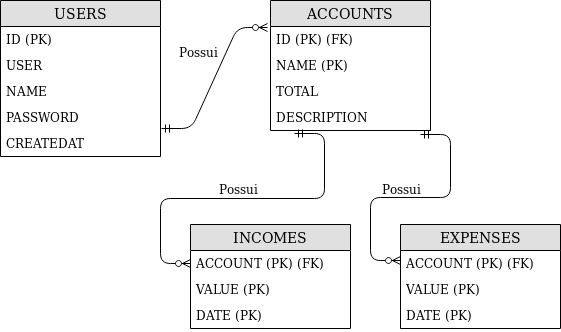
Above: MER/nodeBillsMER.png in Mateusmsouza/NodeBills (draw.io), before the change. Source tidied: cells renumbered, new cells last; positions are measured from the earlier drawing's top-left corner, leaving out a move shared by most shapes. Its diagram source:
```xml
<mxGraphModel>
  <root>
    <mxCell id="0" />
    <mxCell id="1" parent="0" />
    <mxCell id="2" value="USERS" style="swimlane;fontStyle=0;horizontal=1;startSize=26;fillColor=#e0e0e0;swimlaneFillColor=#ffffff;align=center;fontSize=14;" parent="1" vertex="1">
      <mxGeometry width="160" height="156" as="geometry" />
    </mxCell>
    <mxCell id="3" value="ID (PK)" style="text;strokeColor=none;fillColor=none;spacingLeft=4;spacingRight=4;overflow=hidden;fontSize=12;" parent="2" vertex="1">
      <mxGeometry y="26" width="160" height="26" as="geometry" />
    </mxCell>
    <mxCell id="4" value="USER" style="text;strokeColor=none;fillColor=none;spacingLeft=4;spacingRight=4;overflow=hidden;fontSize=12;" parent="2" vertex="1">
      <mxGeometry y="52" width="160" height="26" as="geometry" />
    </mxCell>
    <mxCell id="5" value="NAME" style="text;strokeColor=none;fillColor=none;spacingLeft=4;spacingRight=4;overflow=hidden;fontSize=12;" parent="2" vertex="1">
      <mxGeometry y="78" width="160" height="26" as="geometry" />
    </mxCell>
    <mxCell id="6" value="PASSWORD" style="text;strokeColor=none;fillColor=none;spacingLeft=4;spacingRight=4;overflow=hidden;points=[[0,0.5],[1,0.5]];portConstraint=eastwest;fontSize=12;" parent="2" vertex="1">
      <mxGeometry y="104" width="160" height="26" as="geometry" />
    </mxCell>
    <mxCell id="7" value="CREATEDAT" style="text;strokeColor=none;fillColor=none;spacingLeft=4;spacingRight=4;overflow=hidden;fontSize=12;" parent="2" vertex="1">
      <mxGeometry y="130" width="160" height="26" as="geometry" />
    </mxCell>
    <mxCell id="8" value="ACCOUNTS" style="swimlane;fontStyle=0;horizontal=1;startSize=26;fillColor=#e0e0e0;swimlaneFillColor=#ffffff;align=center;fontSize=14;" parent="1" vertex="1">
      <mxGeometry x="270" width="160" height="130" as="geometry" />
    </mxCell>
    <mxCell id="9" value="ID (PK) (FK)" style="text;strokeColor=none;fillColor=none;spacingLeft=4;spacingRight=4;overflow=hidden;points=[[0,0.5],[1,0.5]];portConstraint=eastwest;fontSize=12;" parent="8" vertex="1">
      <mxGeometry y="26" width="160" height="26" as="geometry" />
    </mxCell>
    <mxCell id="10" value="NAME (PK)" style="text;strokeColor=none;fillColor=none;spacingLeft=4;spacingRight=4;overflow=hidden;fontSize=12;" parent="8" vertex="1">
      <mxGeometry y="52" width="160" height="26" as="geometry" />
    </mxCell>
    <mxCell id="11" value="TOTAL" style="text;strokeColor=none;fillColor=none;spacingLeft=4;spacingRight=4;overflow=hidden;points=[[0,0.5],[1,0.5]];portConstraint=eastwest;fontSize=12;" parent="8" vertex="1">
      <mxGeometry y="78" width="160" height="26" as="geometry" />
    </mxCell>
    <mxCell id="12" value="DESCRIPTION" style="text;strokeColor=none;fillColor=none;spacingLeft=4;spacingRight=4;overflow=hidden;points=[[0,0.5],[1,0.5]];portConstraint=eastwest;fontSize=12;" parent="8" vertex="1">
      <mxGeometry y="104" width="160" height="26" as="geometry" />
    </mxCell>
    <mxCell id="13" value="INCOMES" style="swimlane;fontStyle=0;horizontal=1;startSize=26;fillColor=#e0e0e0;swimlaneFillColor=#ffffff;align=center;fontSize=14;" parent="1" vertex="1">
      <mxGeometry x="190" y="224" width="160" height="104" as="geometry" />
    </mxCell>
    <mxCell id="14" value="ACCOUNT (PK) (FK)" style="text;strokeColor=none;fillColor=none;spacingLeft=4;spacingRight=4;overflow=hidden;points=[[0,0.5],[1,0.5]];portConstraint=eastwest;fontSize=12;" parent="13" vertex="1">
      <mxGeometry y="26" width="160" height="26" as="geometry" />
    </mxCell>
    <mxCell id="15" value="VALUE (PK)" style="text;strokeColor=none;fillColor=none;spacingLeft=4;spacingRight=4;overflow=hidden;fontSize=12;" parent="13" vertex="1">
      <mxGeometry y="52" width="160" height="26" as="geometry" />
    </mxCell>
    <mxCell id="16" value="DATE (PK)" style="text;strokeColor=none;fillColor=none;spacingLeft=4;spacingRight=4;overflow=hidden;fontSize=12;" parent="13" vertex="1">
      <mxGeometry y="78" width="160" height="26" as="geometry" />
    </mxCell>
    <mxCell id="17" style="edgeStyle=entityRelationEdgeStyle;fontSize=12;html=1;endArrow=ERzeroToMany;startArrow=ERmandOne;exitX=1.006;exitY=0.923;exitDx=0;exitDy=0;exitPerimeter=0;entryX=-0.019;entryY=0.038;entryDx=0;entryDy=0;entryPerimeter=0;" parent="1" edge="1" source="6" target="9">
      <mxGeometry relative="1" as="geometry" />
    </mxCell>
    <mxCell id="18" style="edgeStyle=entityRelationEdgeStyle;fontSize=12;html=1;endArrow=ERzeroToMany;startArrow=ERmandOne;exitX=0.15;exitY=1.115;exitDx=0;exitDy=0;exitPerimeter=0;entryX=0;entryY=0.5;entryDx=0;entryDy=0;" parent="1" edge="1" source="12" target="14">
      <mxGeometry relative="1" as="geometry" />
    </mxCell>
    <mxCell id="19" value="Possui" style="text;html=1;align=left;verticalAlign=top;spacingTop=-4;" parent="1" vertex="1">
      <mxGeometry x="177" y="42" width="50" height="20" as="geometry" />
    </mxCell>
    <mxCell id="20" value="Possui" style="text;html=1;align=left;verticalAlign=top;spacingTop=-4;" parent="1" vertex="1">
      <mxGeometry x="217" y="179" width="50" height="20" as="geometry" />
    </mxCell>
    <mxCell id="21" value="EXPENSES" style="swimlane;fontStyle=0;horizontal=1;startSize=26;fillColor=#e0e0e0;swimlaneFillColor=#ffffff;align=center;fontSize=14;" parent="1" vertex="1">
      <mxGeometry x="400" y="224" width="160" height="104" as="geometry" />
    </mxCell>
    <mxCell id="22" value="ACCOUNT (PK) (FK)" style="text;strokeColor=none;fillColor=none;spacingLeft=4;spacingRight=4;overflow=hidden;fontSize=12;" parent="21" vertex="1">
      <mxGeometry y="26" width="160" height="26" as="geometry" />
    </mxCell>
    <mxCell id="23" value="VALUE (PK)" style="text;strokeColor=none;fillColor=none;spacingLeft=4;spacingRight=4;overflow=hidden;fontSize=12;" parent="21" vertex="1">
      <mxGeometry y="52" width="160" height="26" as="geometry" />
    </mxCell>
    <mxCell id="24" value="DATE (PK)" style="text;strokeColor=none;fillColor=none;spacingLeft=4;spacingRight=4;overflow=hidden;fontSize=12;" parent="21" vertex="1">
      <mxGeometry y="78" width="160" height="26" as="geometry" />
    </mxCell>
    <mxCell id="25" style="edgeStyle=entityRelationEdgeStyle;fontSize=12;html=1;endArrow=ERzeroToMany;startArrow=ERmandOne;" parent="1" edge="1">
      <mxGeometry relative="1" as="geometry">
        <mxPoint x="420" y="134" as="sourcePoint" />
        <mxPoint x="400" y="260" as="targetPoint" />
      </mxGeometry>
    </mxCell>
    <mxCell id="26" value="Possui" style="text;html=1;align=left;verticalAlign=top;spacingTop=-4;" parent="1" vertex="1">
      <mxGeometry x="380" y="179" width="50" height="20" as="geometry" />
    </mxCell>
  </root>
</mxGraphModel>
```
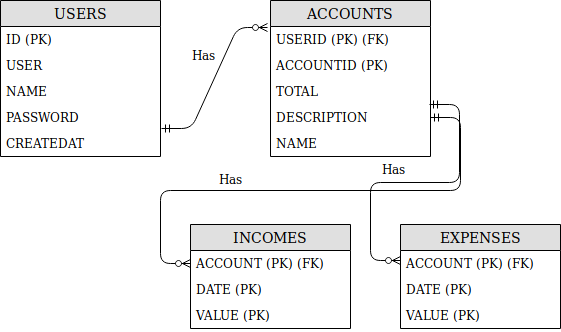
Above is the later version.

Diff of the diagram source:
```diff
@@ -21,12 +21,12 @@
       <mxGeometry y="130" width="160" height="26" as="geometry" />
     </mxCell>
     <mxCell id="8" value="ACCOUNTS" style="swimlane;fontStyle=0;horizontal=1;startSize=26;fillColor=#e0e0e0;swimlaneFillColor=#ffffff;align=center;fontSize=14;" parent="1" vertex="1">
-      <mxGeometry x="270" width="160" height="130" as="geometry" />
+      <mxGeometry x="270" width="160" height="156" as="geometry" />
     </mxCell>
-    <mxCell id="9" value="ID (PK) (FK)" style="text;strokeColor=none;fillColor=none;spacingLeft=4;spacingRight=4;overflow=hidden;points=[[0,0.5],[1,0.5]];portConstraint=eastwest;fontSize=12;" parent="8" vertex="1">
+    <mxCell id="9" value="USERID (PK) (FK)" style="text;strokeColor=none;fillColor=none;spacingLeft=4;spacingRight=4;overflow=hidden;points=[[0,0.5],[1,0.5]];portConstraint=eastwest;fontSize=12;" parent="8" vertex="1">
       <mxGeometry y="26" width="160" height="26" as="geometry" />
     </mxCell>
-    <mxCell id="10" value="NAME (PK)" style="text;strokeColor=none;fillColor=none;spacingLeft=4;spacingRight=4;overflow=hidden;fontSize=12;" parent="8" vertex="1">
+    <mxCell id="10" value="ACCOUNTID (PK)" style="text;strokeColor=none;fillColor=none;spacingLeft=4;spacingRight=4;overflow=hidden;fontSize=12;" parent="8" vertex="1">
       <mxGeometry y="52" width="160" height="26" as="geometry" />
     </mxCell>
     <mxCell id="11" value="TOTAL" style="text;strokeColor=none;fillColor=none;spacingLeft=4;spacingRight=4;overflow=hidden;points=[[0,0.5],[1,0.5]];portConstraint=eastwest;fontSize=12;" parent="8" vertex="1">
@@ -35,29 +35,32 @@
     <mxCell id="12" value="DESCRIPTION" style="text;strokeColor=none;fillColor=none;spacingLeft=4;spacingRight=4;overflow=hidden;points=[[0,0.5],[1,0.5]];portConstraint=eastwest;fontSize=12;" parent="8" vertex="1">
       <mxGeometry y="104" width="160" height="26" as="geometry" />
     </mxCell>
+    <mxCell id="27" value="NAME" style="text;strokeColor=none;fillColor=none;spacingLeft=4;spacingRight=4;overflow=hidden;fontSize=12;" parent="8" vertex="1">
+      <mxGeometry y="130" width="160" height="26" as="geometry" />
+    </mxCell>
     <mxCell id="13" value="INCOMES" style="swimlane;fontStyle=0;horizontal=1;startSize=26;fillColor=#e0e0e0;swimlaneFillColor=#ffffff;align=center;fontSize=14;" parent="1" vertex="1">
       <mxGeometry x="190" y="224" width="160" height="104" as="geometry" />
     </mxCell>
     <mxCell id="14" value="ACCOUNT (PK) (FK)" style="text;strokeColor=none;fillColor=none;spacingLeft=4;spacingRight=4;overflow=hidden;points=[[0,0.5],[1,0.5]];portConstraint=eastwest;fontSize=12;" parent="13" vertex="1">
       <mxGeometry y="26" width="160" height="26" as="geometry" />
     </mxCell>
-    <mxCell id="15" value="VALUE (PK)" style="text;strokeColor=none;fillColor=none;spacingLeft=4;spacingRight=4;overflow=hidden;fontSize=12;" parent="13" vertex="1">
-      <mxGeometry y="52" width="160" height="26" as="geometry" />
-    </mxCell>
     <mxCell id="16" value="DATE (PK)" style="text;strokeColor=none;fillColor=none;spacingLeft=4;spacingRight=4;overflow=hidden;fontSize=12;" parent="13" vertex="1">
-      <mxGeometry y="78" width="160" height="26" as="geometry" />
+      <mxGeometry y="52" width="160" height="26" as="geometry" />
     </mxCell>
+    <mxCell id="28" value="VALUE (PK)" style="text;strokeColor=none;fillColor=none;spacingLeft=4;spacingRight=4;overflow=hidden;fontSize=12;" parent="13" vertex="1">
+      <mxGeometry y="78" width="160" height="26" as="geometry" />
+    </mxCell>
     <mxCell id="17" style="edgeStyle=entityRelationEdgeStyle;fontSize=12;html=1;endArrow=ERzeroToMany;startArrow=ERmandOne;exitX=1.006;exitY=0.923;exitDx=0;exitDy=0;exitPerimeter=0;entryX=-0.019;entryY=0.038;entryDx=0;entryDy=0;entryPerimeter=0;" parent="1" edge="1" source="6" target="9">
       <mxGeometry relative="1" as="geometry" />
     </mxCell>
-    <mxCell id="18" style="edgeStyle=entityRelationEdgeStyle;fontSize=12;html=1;endArrow=ERzeroToMany;startArrow=ERmandOne;exitX=0.15;exitY=1.115;exitDx=0;exitDy=0;exitPerimeter=0;entryX=0;entryY=0.5;entryDx=0;entryDy=0;" parent="1" edge="1" source="12" target="14">
+    <mxCell id="18" style="edgeStyle=entityRelationEdgeStyle;fontSize=12;html=1;endArrow=ERzeroToMany;startArrow=ERmandOne;entryX=0;entryY=0.5;entryDx=0;entryDy=0;" parent="1" edge="1" source="12" target="14">
       <mxGeometry relative="1" as="geometry" />
     </mxCell>
-    <mxCell id="19" value="Possui" style="text;html=1;align=left;verticalAlign=top;spacingTop=-4;" parent="1" vertex="1">
-      <mxGeometry x="177" y="42" width="50" height="20" as="geometry" />
+    <mxCell id="19" value="Has" style="text;html=1;align=left;verticalAlign=top;spacingTop=-4;" parent="1" vertex="1">
+      <mxGeometry x="190" y="45" width="40" height="20" as="geometry" />
     </mxCell>
-    <mxCell id="20" value="Possui" style="text;html=1;align=left;verticalAlign=top;spacingTop=-4;" parent="1" vertex="1">
-      <mxGeometry x="217" y="179" width="50" height="20" as="geometry" />
+    <mxCell id="20" value="Has" style="text;html=1;align=left;verticalAlign=top;spacingTop=-4;" parent="1" vertex="1">
+      <mxGeometry x="217" y="169" width="40" height="20" as="geometry" />
     </mxCell>
     <mxCell id="21" value="EXPENSES" style="swimlane;fontStyle=0;horizontal=1;startSize=26;fillColor=#e0e0e0;swimlaneFillColor=#ffffff;align=center;fontSize=14;" parent="1" vertex="1">
       <mxGeometry x="400" y="224" width="160" height="104" as="geometry" />
@@ -65,20 +68,19 @@
     <mxCell id="22" value="ACCOUNT (PK) (FK)" style="text;strokeColor=none;fillColor=none;spacingLeft=4;spacingRight=4;overflow=hidden;fontSize=12;" parent="21" vertex="1">
       <mxGeometry y="26" width="160" height="26" as="geometry" />
     </mxCell>
-    <mxCell id="23" value="VALUE (PK)" style="text;strokeColor=none;fillColor=none;spacingLeft=4;spacingRight=4;overflow=hidden;fontSize=12;" parent="21" vertex="1">
-      <mxGeometry y="52" width="160" height="26" as="geometry" />
-    </mxCell>
     <mxCell id="24" value="DATE (PK)" style="text;strokeColor=none;fillColor=none;spacingLeft=4;spacingRight=4;overflow=hidden;fontSize=12;" parent="21" vertex="1">
-      <mxGeometry y="78" width="160" height="26" as="geometry" />
+      <mxGeometry y="52" width="160" height="26" as="geometry" />
     </mxCell>
+    <mxCell id="29" value="VALUE (PK)" style="text;strokeColor=none;fillColor=none;spacingLeft=4;spacingRight=4;overflow=hidden;fontSize=12;" parent="21" vertex="1">
+      <mxGeometry y="78" width="160" height="26" as="geometry" />
+    </mxCell>
-    <mxCell id="25" style="edgeStyle=entityRelationEdgeStyle;fontSize=12;html=1;endArrow=ERzeroToMany;startArrow=ERmandOne;" parent="1" edge="1">
+    <mxCell id="25" style="edgeStyle=entityRelationEdgeStyle;fontSize=12;html=1;endArrow=ERzeroToMany;startArrow=ERmandOne;exitX=0.994;exitY=1;exitDx=0;exitDy=0;exitPerimeter=0;" parent="1" edge="1" source="11">
       <mxGeometry relative="1" as="geometry">
-        <mxPoint x="420" y="134" as="sourcePoint" />
         <mxPoint x="400" y="260" as="targetPoint" />
       </mxGeometry>
     </mxCell>
-    <mxCell id="26" value="Possui" style="text;html=1;align=left;verticalAlign=top;spacingTop=-4;" parent="1" vertex="1">
-      <mxGeometry x="380" y="179" width="50" height="20" as="geometry" />
+    <mxCell id="26" value="Has" style="text;html=1;align=left;verticalAlign=top;spacingTop=-4;" parent="1" vertex="1">
+      <mxGeometry x="380" y="159" width="40" height="20" as="geometry" />
     </mxCell>
   </root>
 </mxGraphModel>
```
